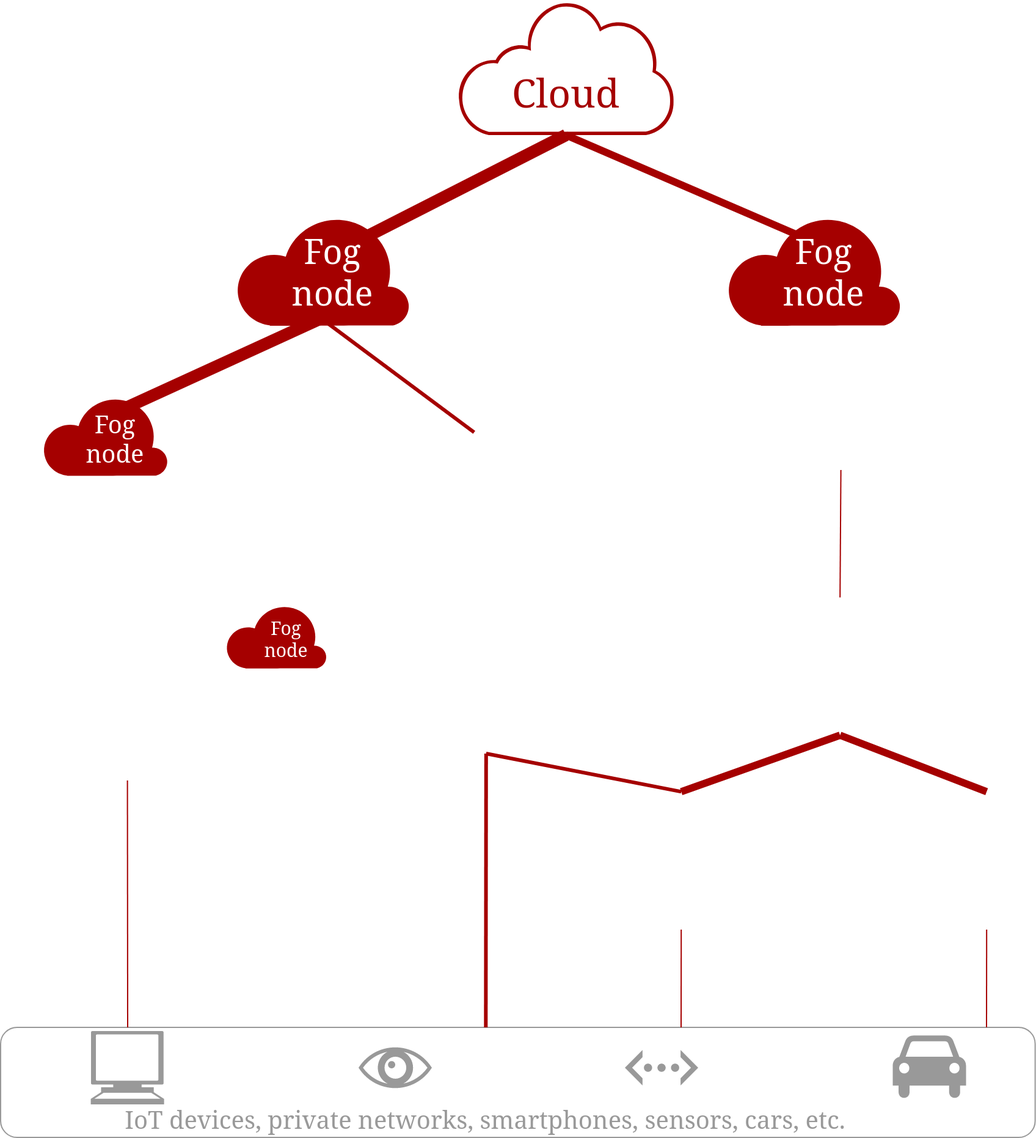
Before: assets/OurPlacement.drawio.png, a diagram exported from draw.io (VolodiaPG/rapport_fog_faas). Source tidied: cells renumbered, new cells last; positions are measured from the earlier drawing's top-left corner, leaving out a move shared by most shapes.
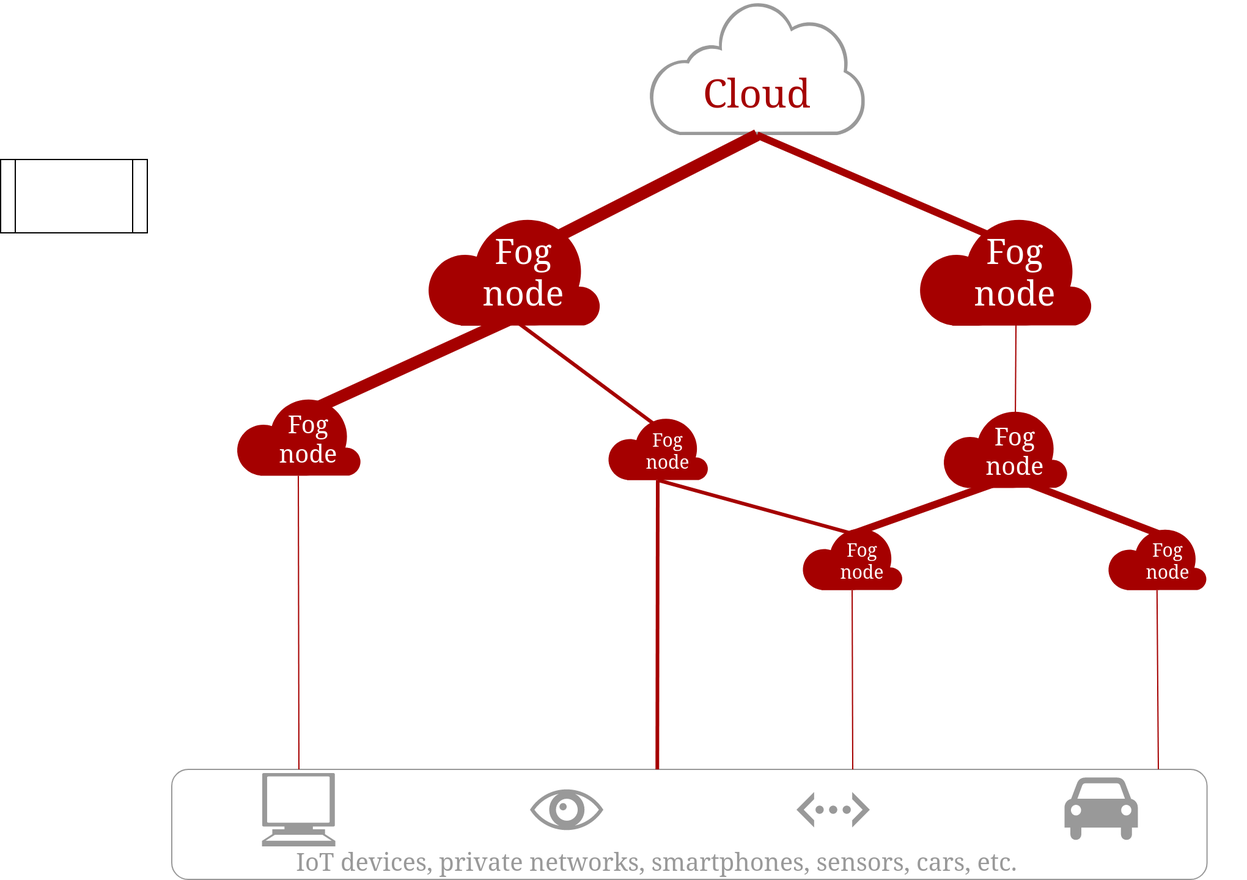
Later version of the same file.

Diff of the diagram source:
```diff
@@ -3,9 +3,9 @@
     <mxCell id="0" />
     <mxCell id="1" parent="0" />
     <mxCell id="2" style="group;" parent="1" vertex="1">
-      <mxGeometry x="374" width="177.4" height="110" as="geometry" />
+      <mxGeometry x="390" y="211" width="177.4" height="110" as="geometry" />
     </mxCell>
-    <mxCell id="3" style="sketch=0;shadow=0;dashed=0;html=1;strokeColor=none;labelPosition=center;verticalLabelPosition=bottom;verticalAlign=top;align=center;fillColor=#A50000;shape=mxgraph.mscae.enterprise.internet_hollow;" parent="2" vertex="1">
+    <mxCell id="3" style="sketch=0;shadow=0;dashed=0;html=1;strokeColor=none;labelPosition=center;verticalLabelPosition=bottom;verticalAlign=top;align=center;fillColor=#999999;shape=mxgraph.mscae.enterprise.internet_hollow;" parent="2" vertex="1">
       <mxGeometry width="177.4" height="110" as="geometry" />
     </mxCell>
     <mxCell id="4" value="&lt;font style=&quot;font-size: 32px;&quot; color=&quot;#A50000&quot;&gt;Cloud&lt;/font&gt;" style="text;html=1;align=center;verticalAlign=middle;whiteSpace=wrap;rounded=0;fontColor=#FFFFFF;fontFamily=Computer mordern Serif;fontSource=https%3A%2F%2Fgithub.com%2Fspratt%2FComputer-Modern%2Fblob%2Fgh-pages%2Fcmunss.otf;fontSize=32;" parent="2" vertex="1">
@@ -13,32 +13,32 @@
     </mxCell>
     <mxCell id="5" style="edgeStyle=orthogonalEdgeStyle;curved=1;orthogonalLoop=1;jettySize=auto;html=1;exitX=1;exitY=0.5;exitDx=0;exitDy=0;entryX=0;entryY=0.5;entryDx=0;entryDy=0;fontFamily=Computer mordern Serif;fontSource=https%3A%2F%2Fgithub.com%2Fspratt%2FComputer-Modern%2Fblob%2Fgh-pages%2Fcmunss.otf;fontSize=6;fontColor=#A50000;startArrow=none;startFill=0;endArrow=none;endFill=0;strokeColor=#A50000;" parent="1" edge="1">
       <mxGeometry relative="1" as="geometry">
-        <mxPoint x="495" y="546.5" as="targetPoint" />
+        <mxPoint x="511" y="757.5" as="targetPoint" />
       </mxGeometry>
     </mxCell>
     <mxCell id="6" style="edgeStyle=orthogonalEdgeStyle;curved=1;orthogonalLoop=1;jettySize=auto;html=1;exitX=1;exitY=0.5;exitDx=0;exitDy=0;entryX=0;entryY=0.5;entryDx=0;entryDy=0;fontFamily=Computer mordern Serif;fontSource=https%3A%2F%2Fgithub.com%2Fspratt%2FComputer-Modern%2Fblob%2Fgh-pages%2Fcmunss.otf;fontSize=6;fontColor=#A50000;startArrow=none;startFill=0;endArrow=none;endFill=0;strokeColor=#A50000;strokeWidth=6;" parent="1" edge="1">
       <mxGeometry relative="1" as="geometry">
-        <mxPoint x="630.8" y="546.5" as="sourcePoint" />
+        <mxPoint x="646.8" y="757.5" as="sourcePoint" />
       </mxGeometry>
     </mxCell>
     <mxCell id="7" style="orthogonalLoop=1;jettySize=auto;html=1;exitX=0.5;exitY=1;exitDx=0;exitDy=0;entryX=0.58;entryY=0.05;entryDx=0;entryDy=0;entryPerimeter=0;fontFamily=Computer mordern Serif;fontSource=https%3A%2F%2Fgithub.com%2Fspratt%2FComputer-Modern%2Fblob%2Fgh-pages%2Fcmunss.otf;fontSize=6;fontColor=#A50000;startArrow=none;startFill=0;endArrow=none;endFill=0;strokeColor=#A50000;strokeWidth=6;" parent="1" edge="1">
       <mxGeometry relative="1" as="geometry">
-        <mxPoint x="562.9" y="603" as="sourcePoint" />
+        <mxPoint x="578.9" y="814" as="sourcePoint" />
       </mxGeometry>
     </mxCell>
     <mxCell id="8" style="orthogonalLoop=1;jettySize=auto;html=1;exitX=0.5;exitY=1;exitDx=0;exitDy=0;entryX=0.58;entryY=0.05;entryDx=0;entryDy=0;entryPerimeter=0;fontFamily=Computer mordern Serif;fontSource=https%3A%2F%2Fgithub.com%2Fspratt%2FComputer-Modern%2Fblob%2Fgh-pages%2Fcmunss.otf;fontSize=6;fontColor=#A50000;startArrow=none;startFill=0;endArrow=none;endFill=0;strokeColor=#A50000;strokeWidth=6;" parent="1" edge="1">
       <mxGeometry relative="1" as="geometry">
-        <mxPoint x="741.9" y="603" as="sourcePoint" />
+        <mxPoint x="757.9" y="814" as="sourcePoint" />
       </mxGeometry>
     </mxCell>
     <mxCell id="9" style="orthogonalLoop=1;jettySize=auto;html=1;exitX=0.58;exitY=0.05;exitDx=0;exitDy=0;exitPerimeter=0;entryX=0.5;entryY=1;entryDx=0;entryDy=0;fontFamily=Computer mordern Serif;fontSource=https%3A%2F%2Fgithub.com%2Fspratt%2FComputer-Modern%2Fblob%2Fgh-pages%2Fcmunss.otf;fontSize=6;fontColor=#A50000;startArrow=none;startFill=0;endArrow=none;endFill=0;strokeColor=#A50000;strokeWidth=2;" parent="1" edge="1">
       <mxGeometry relative="1" as="geometry">
-        <mxPoint x="654.2" y="384" as="targetPoint" />
+        <mxPoint x="670.2" y="595" as="targetPoint" />
       </mxGeometry>
     </mxCell>
     <mxCell id="10" style="orthogonalLoop=1;jettySize=auto;html=1;exitX=0.58;exitY=0.05;exitDx=0;exitDy=0;exitPerimeter=0;entryX=0.5;entryY=1;entryDx=0;entryDy=0;fontFamily=Computer mordern Serif;fontSource=https%3A%2F%2Fgithub.com%2Fspratt%2FComputer-Modern%2Fblob%2Fgh-pages%2Fcmunss.otf;fontSize=6;fontColor=#A50000;startArrow=none;startFill=0;endArrow=none;endFill=0;strokeColor=#A50000;strokeWidth=2;" parent="1" edge="1">
       <mxGeometry relative="1" as="geometry">
-        <mxPoint x="654.2" y="384" as="targetPoint" />
+        <mxPoint x="670.2" y="595" as="targetPoint" />
       </mxGeometry>
     </mxCell>
     <mxCell id="11" style="rounded=1;whiteSpace=wrap;html=1;fontFamily=Computer mordern Serif;fontSource=https%3A%2F%2Fgithub.com%2Fspratt%2FComputer-Modern%2Fblob%2Fgh-pages%2Fcmunss.otf;fontSize=6;fontColor=#A50000;strokeColor=#999999;fillColor=none;" parent="1" vertex="1">
@@ -61,20 +61,20 @@
     </mxCell>
     <mxCell id="17" style="edgeStyle=none;orthogonalLoop=1;jettySize=auto;html=1;exitX=0.5;exitY=1;exitDx=0;exitDy=0;entryX=0.5;entryY=0;entryDx=0;entryDy=0;fontFamily=Computer mordern Serif;fontSource=https%3A%2F%2Fgithub.com%2Fspratt%2FComputer-Modern%2Fblob%2Fgh-pages%2Fcmunss.otf;fontSize=10;fontColor=#4C0099;startArrow=none;startFill=0;endArrow=none;endFill=0;strokeColor=#A50000;strokeWidth=10;" parent="1" edge="1">
       <mxGeometry relative="1" as="geometry">
-        <mxPoint x="262.4" y="260" as="sourcePoint" />
-        <mxPoint x="94" y="337" as="targetPoint" />
+        <mxPoint x="278.4" y="471" as="sourcePoint" />
+        <mxPoint x="110" y="548" as="targetPoint" />
       </mxGeometry>
     </mxCell>
     <mxCell id="18" style="edgeStyle=none;orthogonalLoop=1;jettySize=auto;html=1;exitX=0.5;exitY=1;exitDx=0;exitDy=0;entryX=0.5;entryY=0;entryDx=0;entryDy=0;fontFamily=Computer mordern Serif;fontSource=https%3A%2F%2Fgithub.com%2Fspratt%2FComputer-Modern%2Fblob%2Fgh-pages%2Fcmunss.otf;fontSize=10;fontColor=#4C0099;startArrow=none;startFill=0;endArrow=none;endFill=0;strokeColor=#A50000;strokeWidth=3;" parent="1" edge="1">
       <mxGeometry relative="1" as="geometry">
-        <mxPoint x="262.4" y="260" as="sourcePoint" />
-        <mxPoint x="387.6" y="353.2" as="targetPoint" />
+        <mxPoint x="278.4" y="471" as="sourcePoint" />
+        <mxPoint x="403.6" y="564.2" as="targetPoint" />
       </mxGeometry>
     </mxCell>
     <mxCell id="19" style="edgeStyle=none;orthogonalLoop=1;jettySize=auto;html=1;exitX=0.5;exitY=1;exitDx=0;exitDy=0;entryX=0.5;entryY=0;entryDx=0;entryDy=0;fontFamily=Computer mordern Serif;fontSource=https%3A%2F%2Fgithub.com%2Fspratt%2FComputer-Modern%2Fblob%2Fgh-pages%2Fcmunss.otf;fontSize=10;fontColor=#4C0099;startArrow=none;startFill=0;endArrow=none;endFill=0;strokeColor=#A50000;strokeWidth=1;" parent="1" edge="1">
       <mxGeometry relative="1" as="geometry">
-        <mxPoint x="687.8" y="384" as="sourcePoint" />
-        <mxPoint x="687.1" y="488.2" as="targetPoint" />
+        <mxPoint x="690.7" y="451" as="sourcePoint" />
+        <mxPoint x="690" y="555.2" as="targetPoint" />
       </mxGeometry>
     </mxCell>
     <mxCell id="20" style="edgeStyle=none;jettySize=auto;html=1;exitX=0.5;exitY=1;exitDx=0;exitDy=0;exitPerimeter=0;entryX=0.5;entryY=0;entryDx=0;entryDy=0;fontFamily=Computer mordern Serif;fontSource=https%3A%2F%2Fgithub.com%2Fspratt%2FComputer-Modern%2Fblob%2Fgh-pages%2Fcmunss.otf;fontSize=10;fontColor=#4C0099;startArrow=none;startFill=0;endArrow=none;endFill=0;strokeColor=#A50000;strokeWidth=10;" parent="1" edge="1" source="3" target="31">
@@ -82,7 +82,7 @@
     </mxCell>
     <mxCell id="21" style="edgeStyle=none;jettySize=auto;html=1;exitX=0.5;exitY=1;exitDx=0;exitDy=0;exitPerimeter=0;entryX=0.5;entryY=0;entryDx=0;entryDy=0;fontFamily=Computer mordern Serif;fontSource=https%3A%2F%2Fgithub.com%2Fspratt%2FComputer-Modern%2Fblob%2Fgh-pages%2Fcmunss.otf;fontSize=10;fontColor=#4C0099;startArrow=none;startFill=0;endArrow=none;endFill=0;strokeColor=#A50000;strokeWidth=6;" parent="1" edge="1" source="3">
       <mxGeometry relative="1" as="geometry">
-        <mxPoint x="687.8" y="207" as="targetPoint" />
+        <mxPoint x="703.8" y="418" as="targetPoint" />
       </mxGeometry>
     </mxCell>
     <mxCell id="22" style="edgeStyle=none;orthogonalLoop=1;jettySize=auto;html=1;exitX=0.5;exitY=1;exitDx=0;exitDy=0;entryX=0.5;entryY=0;entryDx=0;entryDy=0;fontFamily=Computer mordern Serif;fontSource=https%3A%2F%2Fgithub.com%2Fspratt%2FComputer-Modern%2Fblob%2Fgh-pages%2Fcmunss.otf;fontSize=10;fontColor=#4C0099;startArrow=none;startFill=0;endArrow=none;endFill=0;strokeColor=#A50000;strokeWidth=6;" parent="1" edge="1">
@@ -97,36 +97,29 @@
         <mxPoint x="807.1" y="647.2" as="targetPoint" />
       </mxGeometry>
     </mxCell>
-    <mxCell id="24" style="edgeStyle=none;orthogonalLoop=1;jettySize=auto;html=1;exitX=0.5;exitY=0;exitDx=0;exitDy=0;entryX=0.5;entryY=1;entryDx=0;entryDy=0;fontFamily=Computer mordern Serif;fontSource=https%3A%2F%2Fgithub.com%2Fspratt%2FComputer-Modern%2Fblob%2Fgh-pages%2Fcmunss.otf;fontSize=10;fontColor=#4C0099;startArrow=none;startFill=0;endArrow=none;endFill=0;strokeColor=#A50000;strokeWidth=3;" parent="1" edge="1">
+    <mxCell id="24" style="edgeStyle=none;jettySize=auto;html=1;exitX=0.5;exitY=0;exitDx=0;exitDy=0;entryX=0.5;entryY=1;entryDx=0;entryDy=0;fontFamily=Computer mordern Serif;fontSource=https%3A%2F%2Fgithub.com%2Fspratt%2FComputer-Modern%2Fblob%2Fgh-pages%2Fcmunss.otf;fontSize=10;fontColor=#4C0099;startArrow=none;startFill=0;endArrow=none;endFill=0;strokeColor=#A50000;strokeWidth=3;entryPerimeter=0;" parent="1" edge="1" target="39">
       <mxGeometry relative="1" as="geometry">
         <mxPoint x="557.1" y="647.2" as="sourcePoint" />
-        <mxPoint x="397.4" y="616" as="targetPoint" />
       </mxGeometry>
     </mxCell>
-    <mxCell id="25" style="edgeStyle=none;jettySize=auto;html=1;exitX=0.5;exitY=1;exitDx=0;exitDy=0;entryX=0.469;entryY=0;entryDx=0;entryDy=0;entryPerimeter=0;fontFamily=Computer mordern Serif;fontSource=https%3A%2F%2Fgithub.com%2Fspratt%2FComputer-Modern%2Fblob%2Fgh-pages%2Fcmunss.otf;fontSize=10;fontColor=#4C0099;startArrow=none;startFill=0;endArrow=none;endFill=0;strokeColor=#A50000;strokeWidth=3;" parent="1" edge="1" target="11">
-      <mxGeometry relative="1" as="geometry">
-        <mxPoint x="397.4" y="616" as="sourcePoint" />
-      </mxGeometry>
+    <mxCell id="25" style="edgeStyle=none;jettySize=auto;html=1;exitX=0.5;exitY=1;exitDx=0;exitDy=0;entryX=0.469;entryY=0;entryDx=0;entryDy=0;entryPerimeter=0;fontFamily=Computer mordern Serif;fontSource=https%3A%2F%2Fgithub.com%2Fspratt%2FComputer-Modern%2Fblob%2Fgh-pages%2Fcmunss.otf;fontSize=10;fontColor=#4C0099;startArrow=none;startFill=0;endArrow=none;endFill=0;strokeColor=#A50000;strokeWidth=3;exitPerimeter=0;" parent="1" edge="1" source="39" target="11">
+      <mxGeometry relative="1" as="geometry" />
     </mxCell>
-    <mxCell id="26" style="edgeStyle=none;orthogonalLoop=1;jettySize=auto;html=1;exitX=0.5;exitY=1;exitDx=0;exitDy=0;fontFamily=Computer mordern Serif;fontSource=https%3A%2F%2Fgithub.com%2Fspratt%2FComputer-Modern%2Fblob%2Fgh-pages%2Fcmunss.otf;fontSize=10;fontColor=#4C0099;startArrow=none;startFill=0;endArrow=none;endFill=0;strokeColor=#A50000;strokeWidth=1;" parent="1" edge="1">
+    <mxCell id="26" style="edgeStyle=none;jettySize=auto;html=1;exitX=0.5;exitY=1;exitDx=0;exitDy=0;fontFamily=Computer mordern Serif;fontSource=https%3A%2F%2Fgithub.com%2Fspratt%2FComputer-Modern%2Fblob%2Fgh-pages%2Fcmunss.otf;fontSize=10;fontColor=#4C0099;startArrow=none;startFill=0;endArrow=none;endFill=0;strokeColor=#A50000;strokeWidth=1;exitPerimeter=0;" parent="1" edge="1" source="36">
       <mxGeometry relative="1" as="geometry">
-        <mxPoint x="103.8" y="638" as="sourcePoint" />
         <mxPoint x="104" y="840" as="targetPoint" />
       </mxGeometry>
     </mxCell>
-    <mxCell id="27" style="edgeStyle=none;orthogonalLoop=1;jettySize=auto;html=1;exitX=0.5;exitY=1;exitDx=0;exitDy=0;fontFamily=Computer mordern Serif;fontSource=https%3A%2F%2Fgithub.com%2Fspratt%2FComputer-Modern%2Fblob%2Fgh-pages%2Fcmunss.otf;fontSize=10;fontColor=#4C0099;startArrow=none;startFill=0;endArrow=none;endFill=0;strokeColor=#A50000;strokeWidth=1;" parent="1" edge="1">
+    <mxCell id="27" style="edgeStyle=none;jettySize=auto;html=1;exitX=0.5;exitY=1;exitDx=0;exitDy=0;fontFamily=Computer mordern Serif;fontSource=https%3A%2F%2Fgithub.com%2Fspratt%2FComputer-Modern%2Fblob%2Fgh-pages%2Fcmunss.otf;fontSize=10;fontColor=#4C0099;startArrow=none;startFill=0;endArrow=none;endFill=0;strokeColor=#A50000;strokeWidth=1;exitPerimeter=0;" parent="1" edge="1" source="45">
       <mxGeometry relative="1" as="geometry">
-        <mxPoint x="557.1" y="760" as="sourcePoint" />
         <mxPoint x="557" y="840" as="targetPoint" />
       </mxGeometry>
     </mxCell>
-    <mxCell id="28" style="edgeStyle=none;jettySize=auto;html=1;exitX=0.5;exitY=1;exitDx=0;exitDy=0;fontFamily=Computer mordern Serif;fontSource=https%3A%2F%2Fgithub.com%2Fspratt%2FComputer-Modern%2Fblob%2Fgh-pages%2Fcmunss.otf;fontSize=10;fontColor=#4C0099;startArrow=none;startFill=0;endArrow=none;endFill=0;strokeColor=#A50000;strokeWidth=1;entryX=0.953;entryY=-0.001;entryDx=0;entryDy=0;entryPerimeter=0;" parent="1" edge="1" target="11">
-      <mxGeometry relative="1" as="geometry">
-        <mxPoint x="807.1" y="760" as="sourcePoint" />
-      </mxGeometry>
+    <mxCell id="28" style="edgeStyle=none;jettySize=auto;html=1;exitX=0.5;exitY=1;exitDx=0;exitDy=0;fontFamily=Computer mordern Serif;fontSource=https%3A%2F%2Fgithub.com%2Fspratt%2FComputer-Modern%2Fblob%2Fgh-pages%2Fcmunss.otf;fontSize=10;fontColor=#4C0099;startArrow=none;startFill=0;endArrow=none;endFill=0;strokeColor=#A50000;strokeWidth=1;entryX=0.953;entryY=-0.001;entryDx=0;entryDy=0;entryPerimeter=0;exitPerimeter=0;" parent="1" edge="1" source="48" target="11">
+      <mxGeometry relative="1" as="geometry" />
     </mxCell>
-    <mxCell id="29" style="group;" parent="1" vertex="1">
-      <mxGeometry x="192" y="174.5" width="143" height="91.5" as="geometry" />
+    <mxCell id="29" style="group;fillColor=none;" parent="1" vertex="1">
+      <mxGeometry x="208" y="385.5" width="143" height="91.5" as="geometry" />
     </mxCell>
     <mxCell id="30" style="sketch=0;shadow=0;dashed=0;html=1;strokeColor=none;labelPosition=center;verticalLabelPosition=bottom;verticalAlign=top;align=center;fillColor=#A50000;shape=mxgraph.azure.cloud;" parent="29" vertex="1">
       <mxGeometry width="143" height="91.5" as="geometry" />
@@ -135,7 +128,7 @@
       <mxGeometry x="50.2" y="32.5" width="60" height="30" as="geometry" />
     </mxCell>
     <mxCell id="32" style="group;" parent="1" vertex="1">
-      <mxGeometry x="594" y="174.5" width="143" height="91.5" as="geometry" />
+      <mxGeometry x="610" y="385.5" width="143" height="91.5" as="geometry" />
     </mxCell>
     <mxCell id="33" style="sketch=0;shadow=0;dashed=0;html=1;strokeColor=none;labelPosition=center;verticalLabelPosition=bottom;verticalAlign=top;align=center;fillColor=#A50000;shape=mxgraph.azure.cloud;" parent="32" vertex="1">
       <mxGeometry width="143" height="91.5" as="geometry" />
@@ -143,8 +136,8 @@
     <mxCell id="34" value="Fog node" style="text;html=1;align=center;verticalAlign=middle;whiteSpace=wrap;rounded=0;fontColor=#FFFFFF;fontFamily=Computer mordern Serif;fontSource=https%3A%2F%2Fgithub.com%2Fspratt%2FComputer-Modern%2Fblob%2Fgh-pages%2Fcmunss.otf;fontSize=28;fontStyle=0;" parent="32" vertex="1">
       <mxGeometry x="50.2" y="32.5" width="60" height="30" as="geometry" />
     </mxCell>
-    <mxCell id="35" style="group;" parent="1" vertex="1">
-      <mxGeometry x="14" y="310" width="143" height="91.5" as="geometry" />
+    <mxCell id="35" style="group;fillColor=none;" parent="1" vertex="1">
+      <mxGeometry x="32" y="521" width="143" height="91.5" as="geometry" />
     </mxCell>
     <mxCell id="36" style="sketch=0;shadow=0;dashed=0;html=1;strokeColor=none;labelPosition=center;verticalLabelPosition=bottom;verticalAlign=top;align=center;fillColor=#A50000;shape=mxgraph.azure.cloud;" parent="35" vertex="1">
       <mxGeometry x="20" y="12.8" width="103" height="66" as="geometry" />
@@ -153,7 +146,7 @@
       <mxGeometry x="50.2" y="32.5" width="60" height="30" as="geometry" />
     </mxCell>
     <mxCell id="38" style="group;" parent="1" vertex="1">
-      <mxGeometry x="154" y="474" width="143" height="91.5" as="geometry" />
+      <mxGeometry x="326" y="531" width="143" height="91.5" as="geometry" />
     </mxCell>
     <mxCell id="39" style="sketch=0;shadow=0;dashed=0;html=1;strokeColor=none;labelPosition=center;verticalLabelPosition=bottom;verticalAlign=top;align=center;fillColor=#A50000;shape=mxgraph.azure.cloud;" parent="38" vertex="1">
       <mxGeometry x="30" y="19.2" width="83" height="53.1" as="geometry" />
@@ -161,5 +154,35 @@
     <mxCell id="40" value="Fog node" style="text;html=1;align=center;verticalAlign=middle;whiteSpace=wrap;rounded=0;fontColor=#FFFFFF;fontFamily=Computer mordern Serif;fontSource=https%3A%2F%2Fgithub.com%2Fspratt%2FComputer-Modern%2Fblob%2Fgh-pages%2Fcmunss.otf;fontSize=15;fontStyle=0;" parent="38" vertex="1">
       <mxGeometry x="50.2" y="32.5" width="60" height="30" as="geometry" />
     </mxCell>
+    <mxCell id="41" style="group;" parent="1" vertex="1">
+      <mxGeometry x="610" y="531" width="143" height="91.5" as="geometry" />
+    </mxCell>
+    <mxCell id="42" style="sketch=0;shadow=0;dashed=0;html=1;strokeColor=none;labelPosition=center;verticalLabelPosition=bottom;verticalAlign=top;align=center;fillColor=#A50000;shape=mxgraph.azure.cloud;" parent="41" vertex="1">
+      <mxGeometry x="20" y="12.8" width="103" height="66" as="geometry" />
+    </mxCell>
+    <mxCell id="43" value="Fog node" style="text;html=1;align=center;verticalAlign=middle;whiteSpace=wrap;rounded=0;fontColor=#FFFFFF;fontFamily=Computer mordern Serif;fontSource=https%3A%2F%2Fgithub.com%2Fspratt%2FComputer-Modern%2Fblob%2Fgh-pages%2Fcmunss.otf;fontSize=20;fontStyle=0;" parent="41" vertex="1">
+      <mxGeometry x="50.2" y="32.5" width="60" height="30" as="geometry" />
+    </mxCell>
+    <mxCell id="44" style="group;" parent="1" vertex="1">
+      <mxGeometry x="485" y="621" width="143" height="91.5" as="geometry" />
+    </mxCell>
+    <mxCell id="45" style="sketch=0;shadow=0;dashed=0;html=1;strokeColor=none;labelPosition=center;verticalLabelPosition=bottom;verticalAlign=top;align=center;fillColor=#A50000;shape=mxgraph.azure.cloud;" parent="44" vertex="1">
+      <mxGeometry x="30" y="19.2" width="83" height="53.1" as="geometry" />
+    </mxCell>
+    <mxCell id="46" value="Fog node" style="text;html=1;align=center;verticalAlign=middle;whiteSpace=wrap;rounded=0;fontColor=#FFFFFF;fontFamily=Computer mordern Serif;fontSource=https%3A%2F%2Fgithub.com%2Fspratt%2FComputer-Modern%2Fblob%2Fgh-pages%2Fcmunss.otf;fontSize=15;fontStyle=0;" parent="44" vertex="1">
+      <mxGeometry x="50.2" y="32.5" width="60" height="30" as="geometry" />
+    </mxCell>
+    <mxCell id="47" style="group;" parent="1" vertex="1">
+      <mxGeometry x="735" y="621" width="143" height="91.5" as="geometry" />
+    </mxCell>
+    <mxCell id="48" style="sketch=0;shadow=0;dashed=0;html=1;strokeColor=none;labelPosition=center;verticalLabelPosition=bottom;verticalAlign=top;align=center;fillColor=#A50000;shape=mxgraph.azure.cloud;" parent="47" vertex="1">
+      <mxGeometry x="30" y="20" width="81.8" height="52.4" as="geometry" />
+    </mxCell>
+    <mxCell id="49" value="Fog node" style="text;html=1;align=center;verticalAlign=middle;whiteSpace=wrap;rounded=0;fontColor=#FFFFFF;fontFamily=Computer mordern Serif;fontSource=https%3A%2F%2Fgithub.com%2Fspratt%2FComputer-Modern%2Fblob%2Fgh-pages%2Fcmunss.otf;fontSize=15;fontStyle=0;" parent="47" vertex="1">
+      <mxGeometry x="50.2" y="32.5" width="60" height="30" as="geometry" />
+    </mxCell>
+    <mxCell id="50" style="shape=process;whiteSpace=wrap;html=1;backgroundOutline=1;fontSize=15;" parent="1" vertex="1">
+      <mxGeometry x="-140" y="341" width="120" height="60" as="geometry" />
+    </mxCell>
   </root>
 </mxGraphModel>
```
